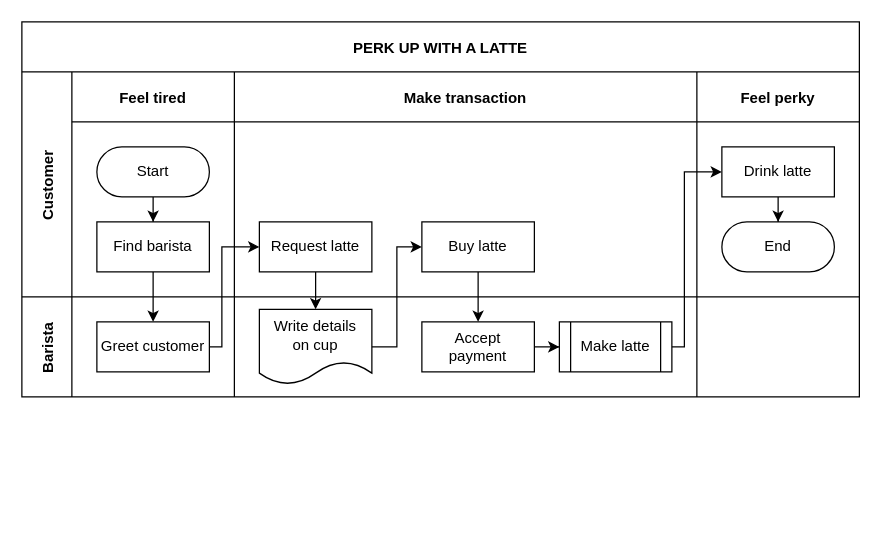
Earlier version of the draw.io diagram 名称未設定ファイル.drawio (yuichi-tanaka95/kikaikeisanka). Source tidied: cells renumbered, new cells numbered last; positions are measured from the earlier drawing's top-left corner, leaving out a move shared by most shapes. Both pictures are drawn from the tidied source at 125%, with x=0, y=0 at pixel (21, 21).
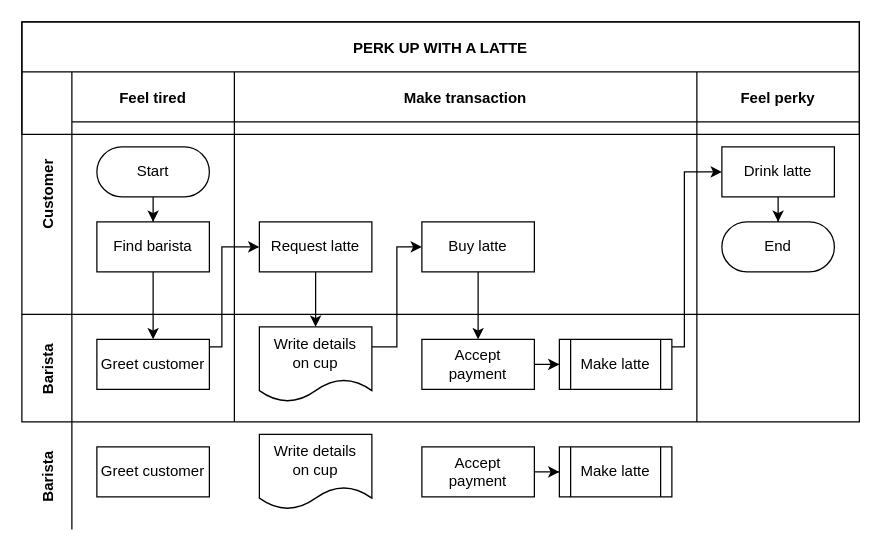
Above is the later version.

Commit message:
FlowChart10/10/11:38.drawio を更新します

What changed in the source:
```diff
@@
+    <mxCell id="30" style="rounded=0;whiteSpace=wrap;html=1;rotation=0;" parent="1" vertex="1">
+      <mxGeometry x="100" y="390" width="670" height="90" relative="1" as="geometry" />
+    </mxCell>
     <mxCell id="2" value="PERK UP WITH A LATTE" style="shape=table;childLayout=tableLayout;startSize=40;fillColor=none;fontStyle=1;" parent="1" vertex="1">
-      <mxGeometry width="670" height="300" as="geometry" />
+      <mxGeometry width="670" height="320" as="geometry" />
     </mxCell>
@@
     <mxCell id="4" value="Customer" style="shape=tableRow;horizontal=0;swimlaneHead=0;swimlaneBody=0;top=0;left=0;bottom=0;right=0;fillColor=none;startSize=40;fontStyle=1;" parent="2" vertex="1">
-      <mxGeometry y="40" width="670" height="180" as="geometry" />
+      <mxGeometry y="40" width="670" height="194" as="geometry" />
     </mxCell>
     <mxCell id="5" value="Feel tired" style="swimlane;swimlaneHead=0;swimlaneBody=0;fillColor=none;startSize=40;fontStyle=1;" parent="4" vertex="1">
-      <mxGeometry x="40" width="130" height="180" as="geometry" />
+      <mxGeometry x="40" width="130" height="194" as="geometry" />
     </mxCell>
@@
     <mxCell id="9" value="Make transaction" style="swimlane;swimlaneHead=0;swimlaneBody=0;fillColor=none;startSize=40;fontStyle=1;" parent="4" vertex="1">
-      <mxGeometry x="170" width="370" height="180" as="geometry" />
+      <mxGeometry x="170" width="370" height="194" as="geometry" />
     </mxCell>
@@
     <mxCell id="12" value="Feel perky" style="swimlane;swimlaneHead=0;swimlaneBody=0;fillColor=none;startSize=40;fontStyle=1;" parent="4" vertex="1">
-      <mxGeometry x="540" width="130" height="180" as="geometry" />
+      <mxGeometry x="540" width="130" height="194" as="geometry" />
     </mxCell>
@@
     <mxCell id="16" value="Barista" style="shape=tableRow;horizontal=0;swimlaneHead=0;swimlaneBody=0;top=0;left=0;bottom=0;right=0;fillColor=none;startSize=40;fontStyle=1;" parent="2" vertex="1">
-      <mxGeometry y="220" width="670" height="80" as="geometry" />
+      <mxGeometry y="234" width="670" height="86" as="geometry" />
     </mxCell>
     <mxCell id="17" style="swimlane;swimlaneHead=0;swimlaneBody=0;fillColor=none;startSize=0;fontStyle=1;" parent="16" vertex="1">
-      <mxGeometry x="40" width="130" height="80" as="geometry" />
+      <mxGeometry x="40" width="130" height="86" as="geometry" />
     </mxCell>
@@
     <mxCell id="19" style="swimlane;swimlaneHead=0;swimlaneBody=0;fillColor=none;startSize=0;fontStyle=1;" parent="16" vertex="1">
-      <mxGeometry x="170" width="370" height="80" as="geometry" />
+      <mxGeometry x="170" width="370" height="86" as="geometry" />
     </mxCell>
@@
     <mxCell id="24" style="swimlane;swimlaneHead=0;swimlaneBody=0;fillColor=none;startSize=0;fontStyle=1;" parent="16" vertex="1">
-      <mxGeometry x="540" width="130" height="80" as="geometry" />
+      <mxGeometry x="540" width="130" height="86" as="geometry" />
     </mxCell>
@@
+    <mxCell id="31" value="Barista" style="shape=tableRow;horizontal=0;swimlaneHead=0;swimlaneBody=0;top=0;left=0;bottom=0;right=0;fillColor=none;startSize=40;fontStyle=1;" parent="1" vertex="1">
+      <mxGeometry y="320" width="670" height="86" as="geometry" />
+    </mxCell>
+    <mxCell id="32" style="swimlane;swimlaneHead=0;swimlaneBody=0;fillColor=none;startSize=0;fontStyle=1;" parent="31" vertex="1">
+      <mxGeometry x="40" width="130" height="86" as="geometry" />
+    </mxCell>
+    <mxCell id="33" value="Greet customer" style="rounded=0;whiteSpace=wrap;html=1;" parent="32" vertex="1">
+      <mxGeometry x="20" y="20" width="90" height="40" as="geometry" />
+    </mxCell>
+    <mxCell id="34" style="swimlane;swimlaneHead=0;swimlaneBody=0;fillColor=none;startSize=0;fontStyle=1;" parent="31" vertex="1">
+      <mxGeometry x="170" width="370" height="86" as="geometry" />
+    </mxCell>
+    <mxCell id="35" style="edgeStyle=orthogonalEdgeStyle;rounded=0;jettySize=auto;html=1;" parent="34" edge="1" source="36" target="38">
+      <mxGeometry relative="1" as="geometry" />
+    </mxCell>
+    <mxCell id="36" value="Accept&lt;br&gt;payment" style="rounded=0;whiteSpace=wrap;html=1;" parent="34" vertex="1">
+      <mxGeometry x="150" y="20" width="90" height="40" as="geometry" />
+    </mxCell>
+    <mxCell id="37" value="Write details&lt;br&gt;on cup" style="shape=document;whiteSpace=wrap;html=1;boundedLbl=1;" parent="34" vertex="1">
+      <mxGeometry x="20" y="10" width="90" height="60" as="geometry" />
+    </mxCell>
+    <mxCell id="38" value="Make latte" style="shape=process;whiteSpace=wrap;html=1;backgroundOutline=1;" parent="34" vertex="1">
+      <mxGeometry x="260" y="20" width="90" height="40" as="geometry" />
+    </mxCell>
+    <mxCell id="39" style="swimlane;swimlaneHead=0;swimlaneBody=0;fillColor=none;startSize=0;fontStyle=1;" parent="31" vertex="1">
+      <mxGeometry x="540" width="130" height="86" as="geometry" />
+    </mxCell>
```
